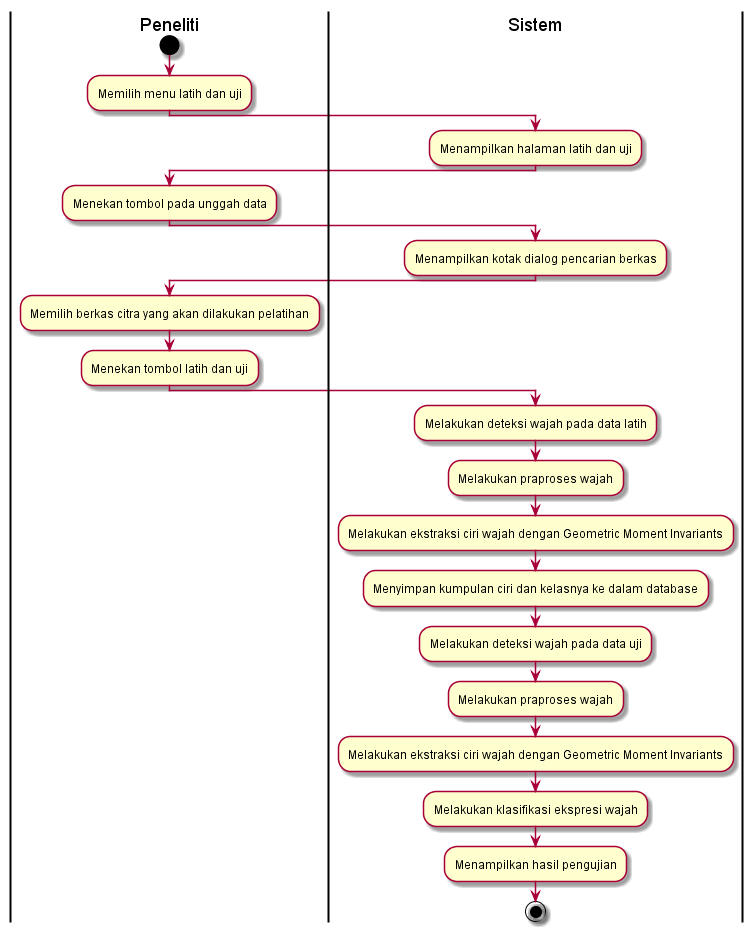
Earlier version of the PlantUML export diagram/AD_proses_pengujian.png (ayulestari10/gmisvm).
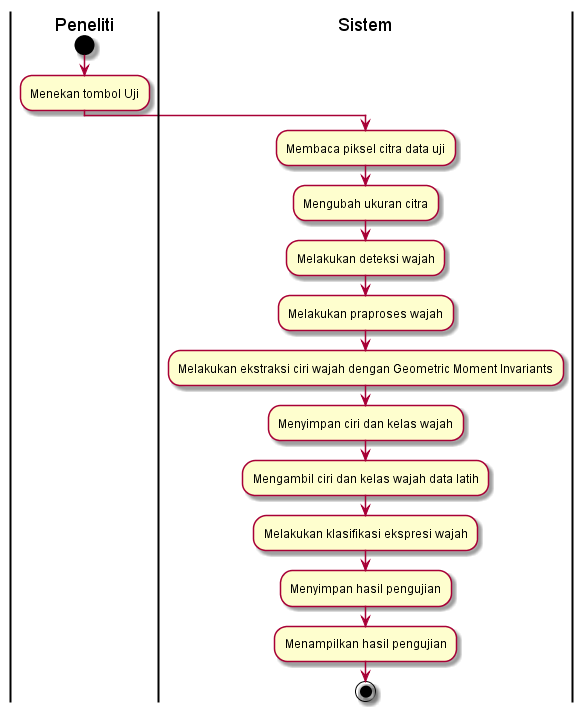
After the commit.

Change to the diagram source:
```diff
@@ -2,34 +2,18 @@
 | Peneliti |
 start
 
-:Memilih menu latih dan uji;
+:Menekan tombol Uji;
+
 | Sistem |
-:Menampilkan halaman latih dan uji;
-| Peneliti |
-:Menekan tombol pada unggah data;
-| Sistem |
-:Menampilkan kotak dialog pencarian berkas;
-| Peneliti |
-:Memilih berkas citra yang akan dilakukan pelatihan;
-| Peneliti |
-:Menekan tombol latih dan uji;
-| Sistem |
-:Melakukan deteksi wajah pada data latih;
-| Sistem |
+:Membaca piksel citra data uji;
+:Mengubah ukuran citra;
+:Melakukan deteksi wajah;
 :Melakukan praproses wajah;
-| Sistem |
 :Melakukan ekstraksi ciri wajah dengan Geometric Moment Invariants;
-| Sistem |
-:Menyimpan kumpulan ciri dan kelasnya ke dalam database;
-| Sistem |
-:Melakukan deteksi wajah pada data uji;
-| Sistem |
-:Melakukan praproses wajah;
-| Sistem |
-:Melakukan ekstraksi ciri wajah dengan Geometric Moment Invariants;
-| Sistem |
+:Menyimpan ciri dan kelas wajah;
+:Mengambil ciri dan kelas wajah data latih;
 :Melakukan klasifikasi ekspresi wajah;
-| Sistem |
+:Menyimpan hasil pengujian;
 :Menampilkan hasil pengujian;
 
 
```
